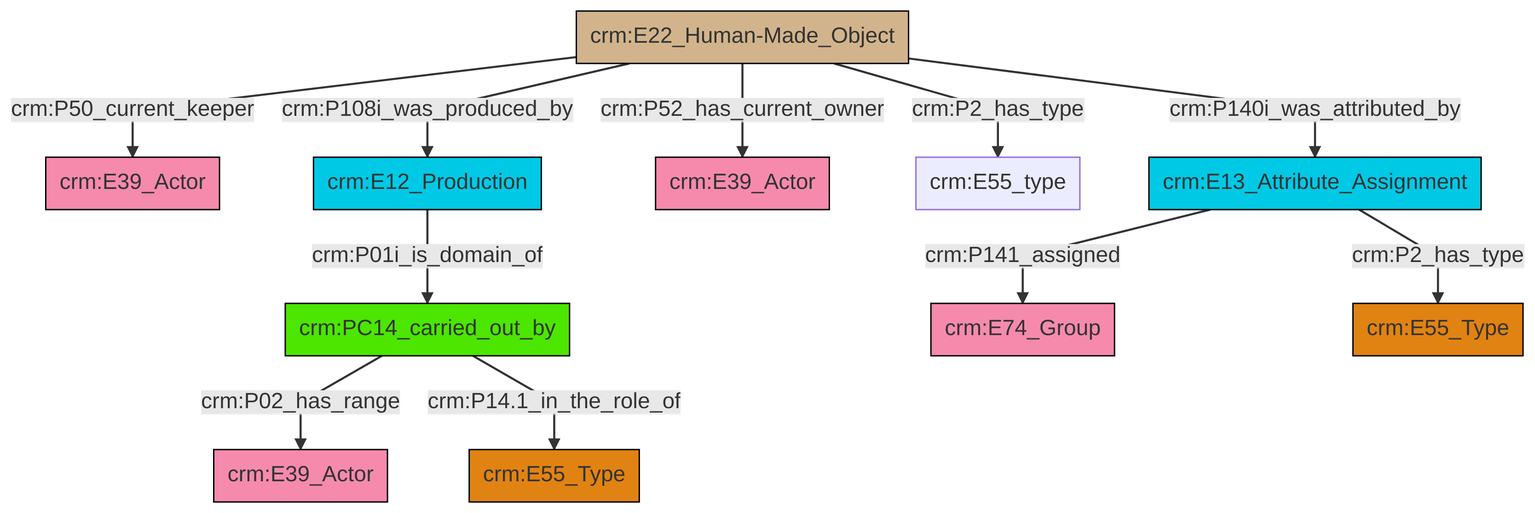
This is et/artworkCSV/ttl/mmd/png/Artwork_Actor_Relations.png from swiss-art-research-net/reference-data-models, a Mermaid export, as it was before one commit. Its source is kept beside it as et/artworkCSV/ttl/mmd/Artwork_Actor_Relations.ttl.mmd.
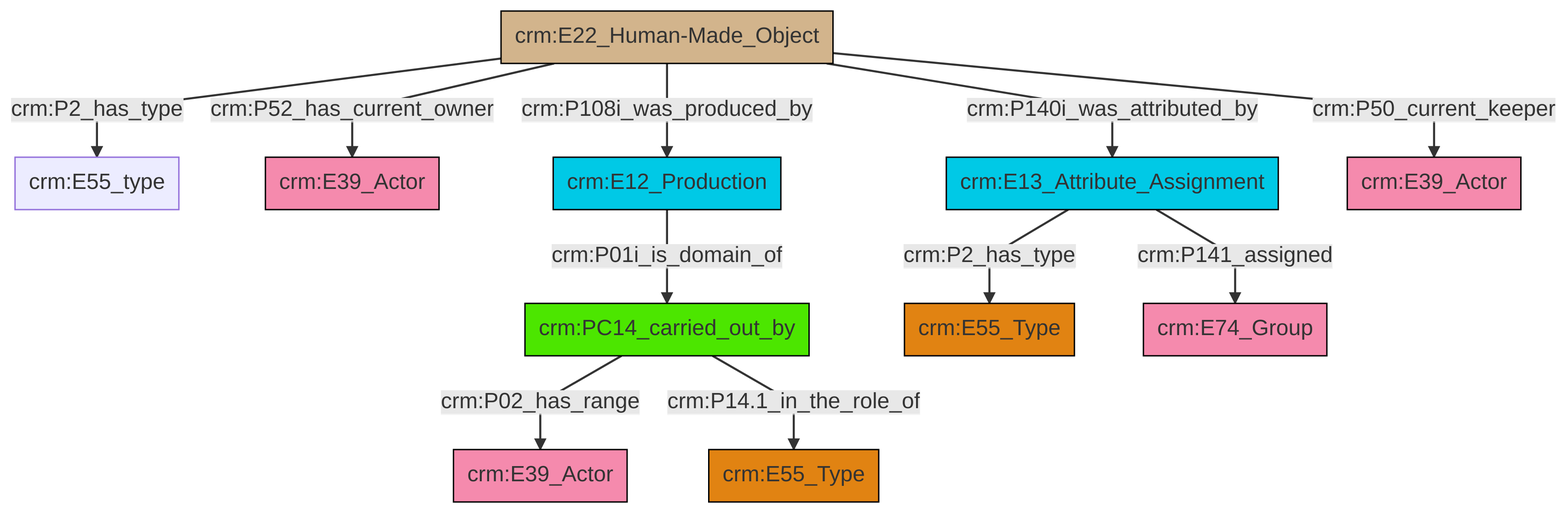
Later version of the same file.

Diff of the diagram source:
```diff
@@ -13,13 +13,13 @@
 classDef PC_Classes fill:#4ce600, stroke:#000000;
 classDef Multi fill:#cccccc,stroke:#000000;
 
-0["crm:PC14_carried_out_by"]:::PC_Classes -->|crm:P02_has_range| 1["crm:E39_Actor"]:::Actor
-9["crm:E13_Attribute_Assignment"]:::Temporal_Entity -->|crm:P2_has_type| 7["crm:E55_Type"]:::Type
-0["crm:PC14_carried_out_by"]:::PC_Classes -->|crm:P14.1_in_the_role_of| 10["crm:E55_Type"]:::Type
-11["crm:E22_Human-Made_Object"]:::Physical_Thing -->|crm:P52_has_current_owner| 12["crm:E39_Actor"]:::Actor
-11["crm:E22_Human-Made_Object"]:::Physical_Thing -->|crm:P50_current_keeper| 5["crm:E39_Actor"]:::Actor
-9["crm:E13_Attribute_Assignment"]:::Temporal_Entity -->|crm:P141_assigned| 3["crm:E74_Group"]:::Actor
-11["crm:E22_Human-Made_Object"]:::Physical_Thing -->|crm:P2_has_type| 14["crm:E55_type"]:::Default
-11["crm:E22_Human-Made_Object"]:::Physical_Thing -->|crm:P108i_was_produced_by| 17["crm:E12_Production"]:::Temporal_Entity
-17["crm:E12_Production"]:::Temporal_Entity -->|crm:P01i_is_domain_of| 0["crm:PC14_carried_out_by"]:::PC_Classes
-11["crm:E22_Human-Made_Object"]:::Physical_Thing -->|crm:P140i_was_attributed_by| 9["crm:E13_Attribute_Assignment"]:::Temporal_Entity
+4["crm:PC14_carried_out_by"]:::PC_Classes -->|crm:P02_has_range| 0["crm:E39_Actor"]:::Actor
+7["crm:E22_Human-Made_Object"]:::Physical_Thing -->|crm:P2_has_type| 9["crm:E55_type"]:::Default
+11["crm:E13_Attribute_Assignment"]:::Temporal_Entity -->|crm:P2_has_type| 2["crm:E55_Type"]:::Type
+12["crm:E12_Production"]:::Temporal_Entity -->|crm:P01i_is_domain_of| 4["crm:PC14_carried_out_by"]:::PC_Classes
+7["crm:E22_Human-Made_Object"]:::Physical_Thing -->|crm:P52_has_current_owner| 5["crm:E39_Actor"]:::Actor
+11["crm:E13_Attribute_Assignment"]:::Temporal_Entity -->|crm:P141_assigned| 18["crm:E74_Group"]:::Actor
+4["crm:PC14_carried_out_by"]:::PC_Classes -->|crm:P14.1_in_the_role_of| 13["crm:E55_Type"]:::Type
+7["crm:E22_Human-Made_Object"]:::Physical_Thing -->|crm:P108i_was_produced_by| 12["crm:E12_Production"]:::Temporal_Entity
+7["crm:E22_Human-Made_Object"]:::Physical_Thing -->|crm:P140i_was_attributed_by| 11["crm:E13_Attribute_Assignment"]:::Temporal_Entity
+7["crm:E22_Human-Made_Object"]:::Physical_Thing -->|crm:P50_current_keeper| 15["crm:E39_Actor"]:::Actor
```
